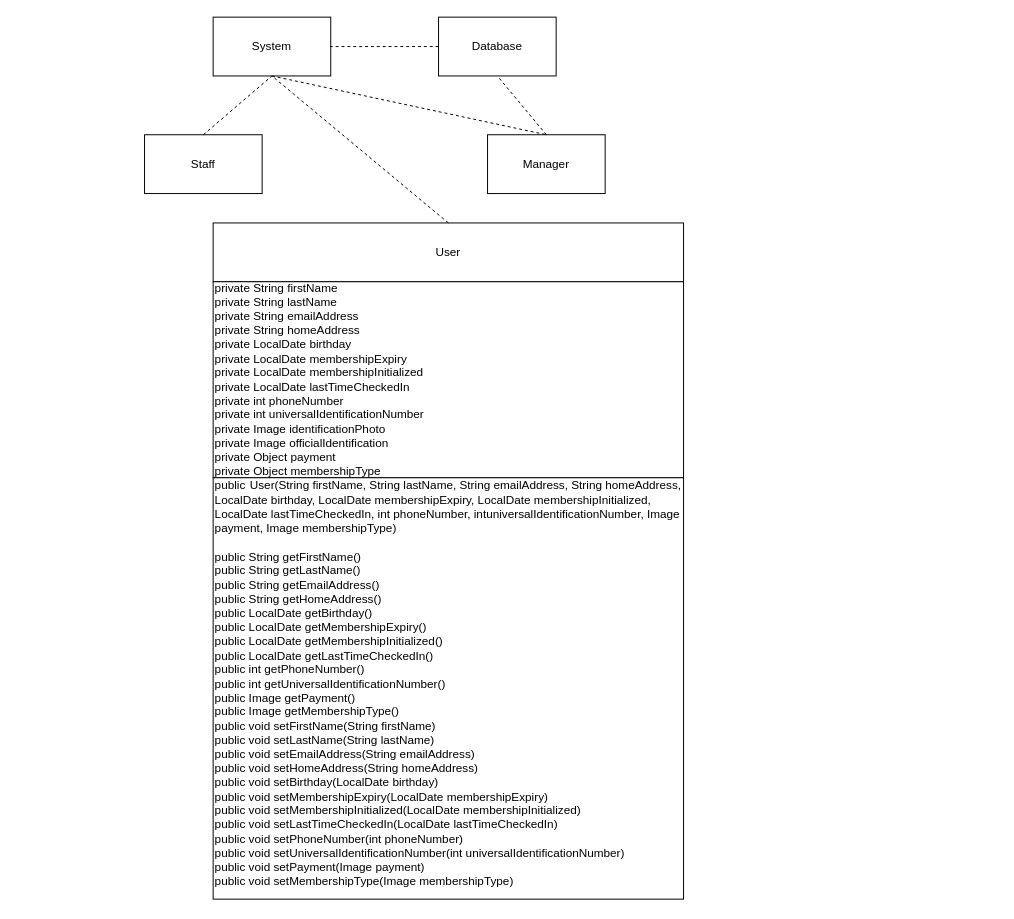
The draw.io diagram UMLDiagram.drawio in EricSpencer00/COMP330Group5, before the edit. Source tidied: cells renumbered, new cells numbered last; positions are measured from the earlier drawing's top-left corner, leaving out a move shared by most shapes. Both pictures are drawn from the tidied source at 98%, with x=0, y=0 at pixel (144, 17).
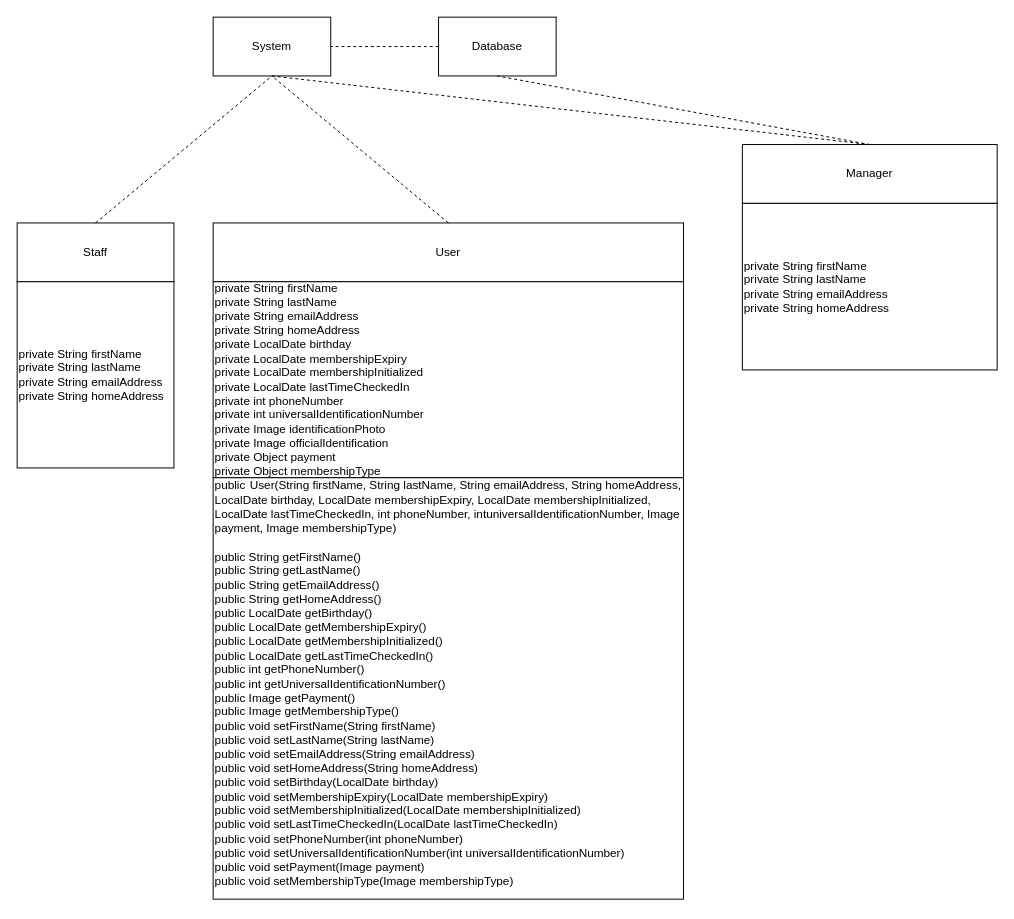
Above is the later version.

Commit message:
Staff and Manager basic info in DB

The edit, as a diff of the source:
```diff
@@
 <mxGraphModel>
   <root>
     <mxCell id="0" />
     <mxCell id="1" parent="0" />
     <mxCell id="2" value="System" style="rounded=0;whiteSpace=wrap;html=1;" parent="1" vertex="1">
       <mxGeometry x="70" width="120" height="60" as="geometry" />
     </mxCell>
     <mxCell id="3" value="Database" style="rounded=0;whiteSpace=wrap;html=1;" parent="1" vertex="1">
       <mxGeometry x="300" width="120" height="60" as="geometry" />
     </mxCell>
     <mxCell id="4" value="User" style="rounded=0;whiteSpace=wrap;html=1;" parent="1" vertex="1">
       <mxGeometry x="70" y="210" width="480" height="60" as="geometry" />
     </mxCell>
     <mxCell id="5" style="endArrow=none;dashed=1;html=1;rounded=0;entryX=0.5;entryY=1;entryDx=0;entryDy=0;exitX=0.5;exitY=0;exitDx=0;exitDy=0;" parent="1" edge="1" source="4" target="2">
       <mxGeometry relative="1" as="geometry" />
     </mxCell>
     <mxCell id="6" value="Manager" style="rounded=0;whiteSpace=wrap;html=1;" parent="1" vertex="1">
-      <mxGeometry x="350" y="120" width="120" height="60" as="geometry" />
+      <mxGeometry x="610" y="130" width="260" height="60" as="geometry" />
     </mxCell>
     <mxCell id="7" value="Staff" style="rounded=0;whiteSpace=wrap;html=1;" parent="1" vertex="1">
-      <mxGeometry y="120" width="120" height="60" as="geometry" />
+      <mxGeometry x="-130" y="210" width="160" height="60" as="geometry" />
     </mxCell>
     <mxCell id="8" style="endArrow=none;dashed=1;html=1;rounded=0;exitX=0.5;exitY=0;exitDx=0;exitDy=0;entryX=0.5;entryY=1;entryDx=0;entryDy=0;" parent="1" edge="1" source="7" target="2">
       <mxGeometry relative="1" as="geometry" />
     </mxCell>
     <mxCell id="9" style="endArrow=none;dashed=1;html=1;rounded=0;entryX=0.5;entryY=0;entryDx=0;entryDy=0;exitX=0.5;exitY=1;exitDx=0;exitDy=0;" parent="1" edge="1" source="2" target="6">
       <mxGeometry relative="1" as="geometry" />
     </mxCell>
     <mxCell id="10" style="endArrow=none;dashed=1;html=1;rounded=0;entryX=1;entryY=0.5;entryDx=0;entryDy=0;exitX=0;exitY=0.5;exitDx=0;exitDy=0;" parent="1" edge="1" source="3" target="2">
       <mxGeometry relative="1" as="geometry" />
     </mxCell>
     <mxCell id="11" style="endArrow=none;dashed=1;html=1;rounded=0;exitX=0.5;exitY=0;exitDx=0;exitDy=0;entryX=0.5;entryY=1;entryDx=0;entryDy=0;" parent="1" edge="1" source="6" target="3">
       <mxGeometry relative="1" as="geometry" />
     </mxCell>
     <mxCell id="12" value="private String firstName&lt;div&gt;private String lastName&lt;/div&gt;&lt;div&gt;private String emailAddress&lt;/div&gt;&lt;div&gt;private String homeAddress&lt;/div&gt;&lt;div&gt;private LocalDate birthday&lt;/div&gt;&lt;div&gt;private LocalDate membershipExpiry&lt;/div&gt;&lt;div&gt;private LocalDate membershipInitialized&lt;/div&gt;&lt;div&gt;private LocalDate lastTimeCheckedIn&lt;/div&gt;&lt;div&gt;private int phoneNumber&lt;/div&gt;&lt;div&gt;private int universalIdentificationNumber&lt;/div&gt;&lt;div&gt;private Image identificationPhoto&lt;/div&gt;&lt;div&gt;private Image officialIdentification&lt;/div&gt;&lt;div&gt;private Object payment&lt;/div&gt;&lt;div&gt;private Object membershipType&amp;nbsp;&lt;/div&gt;" style="rounded=0;whiteSpace=wrap;html=1;align=left;" parent="1" vertex="1">
       <mxGeometry x="70" y="270" width="480" height="200" as="geometry" />
     </mxCell>
     <mxCell id="13" value="&lt;div&gt;&lt;span class=&quot;hljs-keyword&quot;&gt;public&lt;/span&gt;&lt;span style=&quot;font-size: medium;&quot;&gt;&amp;nbsp;&lt;/span&gt;&lt;span class=&quot;hljs-title function_&quot;&gt;User&lt;/span&gt;&lt;span class=&quot;hljs-params&quot;&gt;(String firstName, String lastName, String emailAddress, String homeAddress, LocalDate birthday, LocalDate membershipExpiry, LocalDate membershipInitialized, LocalDate lastTimeCheckedIn,&amp;nbsp;&lt;span class=&quot;hljs-type&quot;&gt;int&lt;/span&gt;&amp;nbsp;phoneNumber,&amp;nbsp;&lt;span class=&quot;hljs-type&quot;&gt;int&lt;/span&gt;universalIdentificationNumber, Image payment, Image membershipType)&lt;/span&gt;&lt;br&gt;&lt;/div&gt;&lt;div&gt;&lt;span class=&quot;hljs-params&quot;&gt;&lt;br&gt;&lt;/span&gt;&lt;/div&gt;public String getFirstName()&lt;div&gt;public String getLastName()&lt;/div&gt;&lt;div&gt;public String getEmailAddress()&lt;/div&gt;&lt;div&gt;public String getHomeAddress()&lt;/div&gt;&lt;div&gt;public LocalDate getBirthday()&lt;/div&gt;&lt;div&gt;public LocalDate getMembershipExpiry()&lt;br&gt;&lt;/div&gt;&lt;div&gt;public LocalDate getMembershipInitialized()&lt;br&gt;&lt;/div&gt;&lt;div&gt;public LocalDate getLastTimeCheckedIn()&lt;br&gt;&lt;/div&gt;&lt;div&gt;public int getPhoneNumber()&lt;/div&gt;&lt;div&gt;public int getUniversalIdentificationNumber()&lt;br&gt;&lt;/div&gt;&lt;div&gt;public Image getPayment()&lt;br&gt;&lt;/div&gt;&lt;div&gt;public Image getMembershipType()&lt;/div&gt;&lt;div&gt;&lt;div&gt;public void setFirstName(String firstName)&amp;nbsp;&lt;/div&gt;&lt;div&gt;public void setLastName(String lastName)&amp;nbsp;&lt;/div&gt;&lt;div&gt;public void setEmailAddress(String emailAddress)&amp;nbsp;&lt;/div&gt;&lt;div&gt;public void setHomeAddress(String homeAddress)&amp;nbsp;&lt;/div&gt;&lt;div&gt;public void setBirthday(LocalDate birthday)&amp;nbsp;&lt;/div&gt;&lt;div&gt;public void setMembershipExpiry(LocalDate membershipExpiry)&amp;nbsp;&lt;/div&gt;&lt;div&gt;public void setMembershipInitialized(LocalDate membershipInitialized)&amp;nbsp;&lt;/div&gt;&lt;div&gt;public void setLastTimeCheckedIn(LocalDate lastTimeCheckedIn)&amp;nbsp;&lt;/div&gt;&lt;div&gt;public void setPhoneNumber(int phoneNumber)&amp;nbsp;&lt;/div&gt;&lt;div&gt;public void setUniversalIdentificationNumber(int universalIdentificationNumber)&amp;nbsp;&lt;/div&gt;&lt;div&gt;public void setPayment(Image payment)&amp;nbsp;&lt;/div&gt;&lt;div&gt;public void setMembershipType(Image membershipType)&amp;nbsp;&lt;/div&gt;&lt;/div&gt;&lt;div&gt;&lt;br&gt;&lt;/div&gt;" style="rounded=0;whiteSpace=wrap;html=1;align=left;" parent="1" vertex="1">
       <mxGeometry x="70" y="470" width="480" height="430" as="geometry" />
     </mxCell>
+    <mxCell id="14" value="private String firstName&lt;div&gt;private String lastName&lt;/div&gt;&lt;div&gt;private String emailAddress&lt;/div&gt;&lt;div&gt;private String homeAddress&lt;/div&gt;" style="rounded=0;whiteSpace=wrap;html=1;align=left;" parent="1" vertex="1">
+      <mxGeometry x="610" y="190" width="260" height="170" as="geometry" />
+    </mxCell>
+    <mxCell id="15" value="private String firstName&lt;div&gt;private String lastName&lt;/div&gt;&lt;div&gt;private String emailAddress&lt;/div&gt;&lt;div&gt;private String homeAddress&lt;/div&gt;" style="rounded=0;whiteSpace=wrap;html=1;align=left;" parent="1" vertex="1">
+      <mxGeometry x="-130" y="270" width="160" height="190" as="geometry" />
+    </mxCell>
   </root>
 </mxGraphModel>
```
